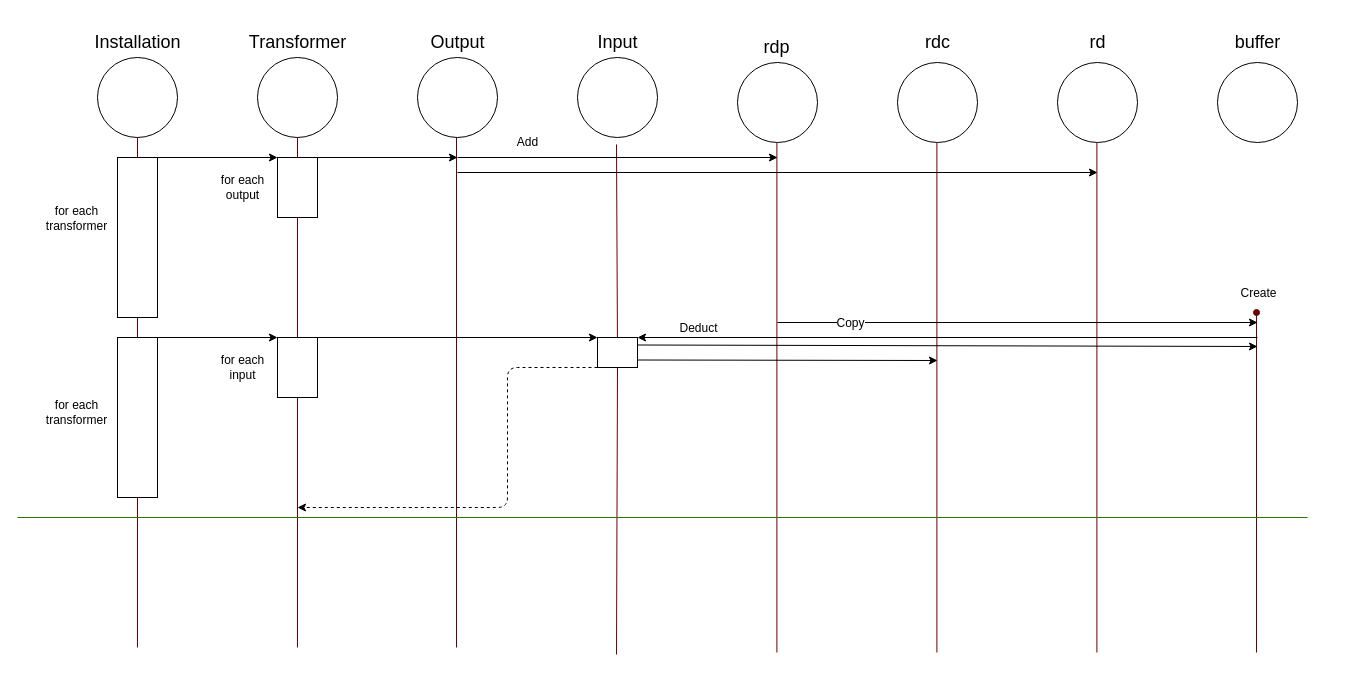
Earlier version of the draw.io diagram ecoSequence.drawio (CallumWalley/tradeTest). Source tidied: cells renumbered, new cells numbered last; positions are measured from the earlier drawing's top-left corner, leaving out a move shared by most shapes. Both pictures are drawn from the tidied source at 100%, with x=0, y=0 at pixel (17, 22).
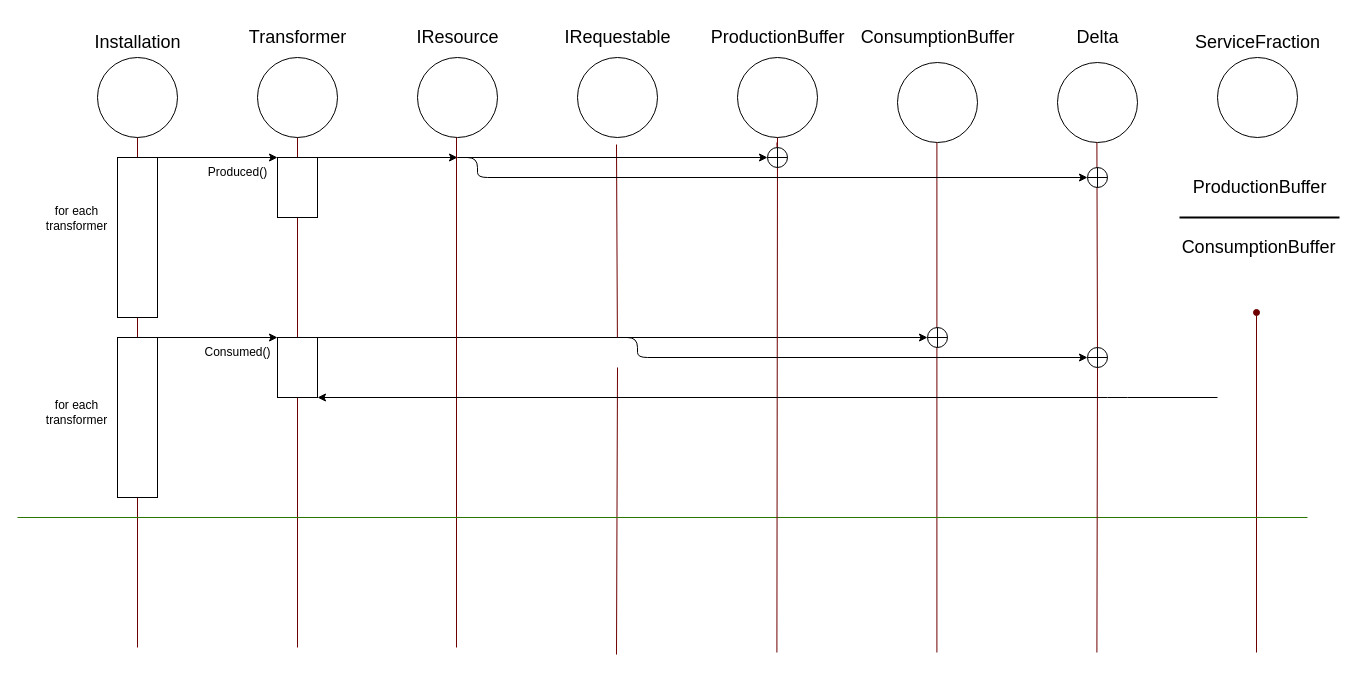
The same page after the edit.

The change refers to these unchanged cells:
```xml
<mxCell id="34" style="rounded=0;whiteSpace=wrap;html=1;fontSize=18;" parent="1" vertex="1">
  <mxGeometry x="260" y="315" width="40" height="60" as="geometry" />
</mxCell>
```

The edit, as a diff of the source:
```diff
@@
     <mxCell id="7" value="&lt;font style=&quot;font-size: 18px;&quot;&gt;Transformer&lt;/font&gt;" style="text;html=1;align=center;verticalAlign=middle;strokeColor=none;fillColor=none;" parent="1" vertex="1">
-      <mxGeometry x="220" width="120" height="40" as="geometry" />
+      <mxGeometry x="220" y="-5" width="120" height="40" as="geometry" />
     </mxCell>
@@
-    <mxCell id="9" style="edgeStyle=none;html=1;fontSize=12;" parent="1" edge="1">
-      <mxGeometry relative="1" as="geometry">
-        <mxPoint x="440" y="150" as="sourcePoint" />
-        <mxPoint x="1080" y="150" as="targetPoint" />
-      </mxGeometry>
-    </mxCell>
@@
     <mxCell id="13" style="ellipse;whiteSpace=wrap;html=1;" parent="1" vertex="1">
-      <mxGeometry x="720" y="40" width="80" height="80" as="geometry" />
+      <mxGeometry x="720" y="35" width="80" height="80" as="geometry" />
     </mxCell>
-    <mxCell id="14" value="&lt;font style=&quot;font-size: 18px;&quot;&gt;rdp&lt;/font&gt;" style="text;html=1;align=center;verticalAlign=middle;strokeColor=none;fillColor=none;" parent="1" vertex="1">
-      <mxGeometry x="734" y="5" width="50" height="40" as="geometry" />
+    <mxCell id="14" value="&lt;font style=&quot;font-size: 18px;&quot;&gt;ProductionBuffer&lt;/font&gt;" style="text;html=1;align=center;verticalAlign=middle;strokeColor=none;fillColor=none;" parent="1" vertex="1">
+      <mxGeometry x="680" y="-5" width="160" height="40" as="geometry" />
     </mxCell>
@@
-    <mxCell id="16" value="&lt;span style=&quot;font-size: 18px;&quot;&gt;rd&lt;/span&gt;" style="text;html=1;align=center;verticalAlign=middle;strokeColor=none;fillColor=none;" parent="1" vertex="1">
-      <mxGeometry x="1060" width="40" height="40" as="geometry" />
+    <mxCell id="16" value="&lt;span style=&quot;font-size: 18px;&quot;&gt;Delta&lt;/span&gt;" style="text;html=1;align=center;verticalAlign=middle;strokeColor=none;fillColor=none;" parent="1" vertex="1">
+      <mxGeometry x="1045" y="-5" width="70" height="40" as="geometry" />
     </mxCell>
-    <mxCell id="17" value="&lt;font style=&quot;font-size: 18px;&quot;&gt;rdc&lt;/font&gt;" style="text;html=1;align=center;verticalAlign=middle;strokeColor=none;fillColor=none;" parent="1" vertex="1">
-      <mxGeometry x="895" width="50" height="40" as="geometry" />
-    </mxCell>
@@
-    <mxCell id="19" style="endArrow=none;html=1;strokeWidth=1;entryX=0.5;entryY=1;entryDx=0;entryDy=0;jumpStyle=none;strokeColor=#6F0000;shadow=0;backgroundOutline=0;enumerate=0;comic=0;fillColor=#a20025;" parent="1" edge="1">
+    <mxCell id="19" style="endArrow=none;html=1;strokeWidth=1;entryX=0.5;entryY=1;entryDx=0;entryDy=0;jumpStyle=none;strokeColor=#6F0000;shadow=0;backgroundOutline=0;enumerate=0;comic=0;fillColor=#a20025;startArrow=none;" parent="1" edge="1" source="57">
       <mxGeometry relative="1" as="geometry">
-        <mxPoint x="759.4" y="630" as="sourcePoint" />
         <mxPoint x="759.4" y="120" as="targetPoint" />
       </mxGeometry>
     </mxCell>
@@
-    <mxCell id="21" style="endArrow=none;html=1;strokeWidth=1;entryX=0.5;entryY=1;entryDx=0;entryDy=0;jumpStyle=none;strokeColor=#6F0000;shadow=0;backgroundOutline=0;enumerate=0;comic=0;fillColor=#a20025;" parent="1" edge="1">
+    <mxCell id="21" style="endArrow=none;html=1;strokeWidth=1;entryX=0.5;entryY=1;entryDx=0;entryDy=0;jumpStyle=none;strokeColor=#6F0000;shadow=0;backgroundOutline=0;enumerate=0;comic=0;fillColor=#a20025;startArrow=none;" parent="1" edge="1" source="62">
       <mxGeometry relative="1" as="geometry">
-        <mxPoint x="1079.4" y="630" as="sourcePoint" />
         <mxPoint x="1079.4" y="120" as="targetPoint" />
       </mxGeometry>
     </mxCell>
-    <mxCell id="22" value="for each&lt;br style=&quot;font-size: 12px;&quot;&gt;output" style="text;html=1;align=center;verticalAlign=middle;strokeColor=none;fillColor=none;fontSize=12;" parent="1" vertex="1">
-      <mxGeometry x="190" y="145" width="70" height="40" as="geometry" />
-    </mxCell>
-    <mxCell id="23" value="Add" style="text;html=1;align=center;verticalAlign=middle;strokeColor=none;fillColor=none;fontSize=12;labelBackgroundColor=default;" parent="1" vertex="1">
-      <mxGeometry x="490" y="105" width="40" height="30" as="geometry" />
-    </mxCell>
     <mxCell id="24" style="ellipse;whiteSpace=wrap;html=1;" parent="1" vertex="1">
-      <mxGeometry x="1200" y="40" width="80" height="80" as="geometry" />
+      <mxGeometry x="1200" y="35" width="80" height="80" as="geometry" />
     </mxCell>
-    <mxCell id="25" value="&lt;span style=&quot;font-size: 18px;&quot;&gt;buffer&lt;/span&gt;" style="text;html=1;align=center;verticalAlign=middle;strokeColor=none;fillColor=none;" parent="1" vertex="1">
-      <mxGeometry x="1205" width="70" height="40" as="geometry" />
+    <mxCell id="25" value="&lt;span style=&quot;font-size: 18px;&quot;&gt;ServiceFraction&lt;/span&gt;" style="text;html=1;align=center;verticalAlign=middle;strokeColor=none;fillColor=none;" parent="1" vertex="1">
+      <mxGeometry x="1165" width="150" height="40" as="geometry" />
     </mxCell>
@@
-    <mxCell id="27" style="edgeStyle=none;html=1;fontSize=12;" parent="1" edge="1">
-      <mxGeometry relative="1" as="geometry">
-        <mxPoint x="760" y="300" as="sourcePoint" />
-        <mxPoint x="1240" y="300" as="targetPoint" />
-      </mxGeometry>
-    </mxCell>
-    <mxCell id="28" value="Copy" style="edgeLabel;html=1;align=center;verticalAlign=middle;fontSize=12;" parent="27" vertex="1">
-      <mxGeometry x="-0.7" relative="1" as="geometry" />
-    </mxCell>
-    <mxCell id="29" value="Create" style="edgeLabel;html=1;align=center;verticalAlign=middle;fontSize=12;" parent="1" vertex="1">
-      <mxGeometry x="1240" y="270" as="geometry" />
-    </mxCell>
@@
-    <mxCell id="33" style="edgeStyle=none;comic=0;sketch=0;jumpStyle=none;html=1;exitX=1;exitY=0;exitDx=0;exitDy=0;entryX=0;entryY=0;entryDx=0;entryDy=0;shadow=0;strokeColor=default;fontSize=12;startArrow=none;startFill=0;endArrow=classic;endFill=1;sourcePerimeterSpacing=6;" parent="1" edge="1" source="34" target="49">
+    <mxCell id="33" style="edgeStyle=none;comic=0;sketch=0;jumpStyle=none;html=1;exitX=1;exitY=0;exitDx=0;exitDy=0;shadow=0;strokeColor=default;fontSize=12;startArrow=none;startFill=0;endArrow=classic;endFill=1;sourcePerimeterSpacing=6;entryX=0;entryY=0.5;entryDx=0;entryDy=0;entryPerimeter=0;" parent="1" edge="1" source="34" target="60">
       <mxGeometry relative="1" as="geometry" />
     </mxCell>
@@
-    <mxCell id="36" value="for each&lt;br style=&quot;font-size: 12px;&quot;&gt;input" style="text;html=1;align=center;verticalAlign=middle;strokeColor=none;fillColor=none;fontSize=12;" parent="1" vertex="1">
-      <mxGeometry x="190" y="325" width="70" height="40" as="geometry" />
-    </mxCell>
-    <mxCell id="37" style="edgeStyle=none;html=1;fontSize=12;entryX=1;entryY=0;entryDx=0;entryDy=0;" parent="1" edge="1" target="49">
-      <mxGeometry relative="1" as="geometry">
-        <mxPoint x="1240" y="315" as="sourcePoint" />
-      </mxGeometry>
-    </mxCell>
-    <mxCell id="38" value="Deduct" style="edgeLabel;html=1;align=center;verticalAlign=middle;fontSize=12;" parent="37" vertex="1">
-      <mxGeometry x="-0.7" relative="1" as="geometry">
-        <mxPoint x="-467" y="-10" as="offset" />
-      </mxGeometry>
-    </mxCell>
@@
-    <mxCell id="41" value="&lt;font style=&quot;font-size: 18px;&quot;&gt;Input&lt;/font&gt;" style="text;html=1;align=center;verticalAlign=middle;strokeColor=none;fillColor=none;" parent="1" vertex="1">
-      <mxGeometry x="570" width="60" height="40" as="geometry" />
+    <mxCell id="41" value="&lt;span style=&quot;font-size: 18px;&quot;&gt;IRequestable&lt;/span&gt;" style="text;html=1;align=center;verticalAlign=middle;strokeColor=none;fillColor=none;" parent="1" vertex="1">
+      <mxGeometry x="535" y="-5" width="130" height="40" as="geometry" />
     </mxCell>
-    <mxCell id="42" value="&lt;font style=&quot;font-size: 18px;&quot;&gt;Output&lt;/font&gt;" style="text;html=1;align=center;verticalAlign=middle;strokeColor=none;fillColor=none;" parent="1" vertex="1">
-      <mxGeometry x="400" width="80" height="40" as="geometry" />
+    <mxCell id="42" value="&lt;font style=&quot;font-size: 18px;&quot;&gt;IResource&lt;/font&gt;" style="text;html=1;align=center;verticalAlign=middle;strokeColor=none;fillColor=none;" parent="1" vertex="1">
+      <mxGeometry x="385" y="-5" width="110" height="40" as="geometry" />
     </mxCell>
@@
-    <mxCell id="44" style="endArrow=none;html=1;strokeWidth=1;entryX=0.5;entryY=1;entryDx=0;entryDy=0;startArrow=none;fillColor=#a20025;strokeColor=#6F0000;" parent="1" edge="1" source="49">
+    <mxCell id="44" style="endArrow=none;html=1;strokeWidth=1;entryX=0.5;entryY=1;entryDx=0;entryDy=0;startArrow=none;fillColor=#a20025;strokeColor=#6F0000;" parent="1" edge="1">
       <mxGeometry relative="1" as="geometry">
+        <mxPoint x="599.9" y="315" as="sourcePoint" />
         <mxPoint x="599" y="122" as="targetPoint" />
       </mxGeometry>
     </mxCell>
-    <mxCell id="45" style="edgeStyle=none;html=1;fontSize=12;" parent="1" edge="1">
+    <mxCell id="45" style="edgeStyle=none;html=1;fontSize=12;entryX=0;entryY=0.5;entryDx=0;entryDy=0;entryPerimeter=0;" parent="1" edge="1" target="57">
       <mxGeometry relative="1" as="geometry">
         <mxPoint x="440" y="135" as="sourcePoint" />
-        <mxPoint x="760" y="135" as="targetPoint" />
       </mxGeometry>
     </mxCell>
-    <mxCell id="46" style="endArrow=none;html=1;strokeWidth=1;entryX=0.5;entryY=1;entryDx=0;entryDy=0;fillColor=#a20025;strokeColor=#6F0000;" parent="1" edge="1" target="49">
+    <mxCell id="46" style="endArrow=none;html=1;strokeWidth=1;entryX=0.5;entryY=1;entryDx=0;entryDy=0;fillColor=#a20025;strokeColor=#6F0000;" parent="1" edge="1">
       <mxGeometry relative="1" as="geometry">
         <mxPoint x="599" y="632" as="sourcePoint" />
+        <mxPoint x="600" y="345" as="targetPoint" />
       </mxGeometry>
     </mxCell>
-    <mxCell id="47" style="edgeStyle=none;comic=0;sketch=0;jumpStyle=none;html=1;shadow=0;strokeColor=default;fontSize=12;startArrow=none;startFill=0;endArrow=classic;endFill=1;sourcePerimeterSpacing=6;exitX=1;exitY=0.25;exitDx=0;exitDy=0;" parent="1" edge="1" source="49">
-      <mxGeometry relative="1" as="geometry">
-        <mxPoint x="1240" y="324" as="targetPoint" />
-      </mxGeometry>
-    </mxCell>
-    <mxCell id="48" style="edgeStyle=elbowEdgeStyle;comic=0;sketch=0;jumpStyle=none;html=1;exitX=0;exitY=1;exitDx=0;exitDy=0;shadow=0;strokeColor=default;fontSize=12;startArrow=none;startFill=0;endArrow=classic;endFill=1;sourcePerimeterSpacing=6;dashed=1;" parent="1" edge="1" source="49">
-      <mxGeometry relative="1" as="geometry">
-        <mxPoint x="280" y="485" as="targetPoint" />
-        <Array as="points">
-          <mxPoint x="490" y="475" />
-          <mxPoint x="520" y="415" />
-        </Array>
-      </mxGeometry>
-    </mxCell>
-    <mxCell id="49" style="rounded=0;whiteSpace=wrap;html=1;fontSize=18;" parent="1" vertex="1">
-      <mxGeometry x="580" y="315" width="40" height="30" as="geometry" />
-    </mxCell>
@@
-    <mxCell id="52" style="edgeStyle=none;comic=0;sketch=0;jumpStyle=none;html=1;shadow=0;strokeColor=default;fontSize=12;startArrow=none;startFill=0;endArrow=classic;endFill=1;sourcePerimeterSpacing=6;exitX=1;exitY=0.75;exitDx=0;exitDy=0;rounded=0;" parent="1" edge="1" source="49">
-      <mxGeometry relative="1" as="geometry">
-        <mxPoint x="920" y="338" as="targetPoint" />
-      </mxGeometry>
-    </mxCell>
+    <mxCell id="53" value="Produced()" style="text;html=1;align=center;verticalAlign=middle;strokeColor=none;fillColor=none;" parent="1" vertex="1">
+      <mxGeometry x="180" y="135" width="80" height="30" as="geometry" />
+    </mxCell>
+    <mxCell id="54" value="Consumed()" style="text;html=1;align=center;verticalAlign=middle;strokeColor=none;fillColor=none;" parent="1" vertex="1">
+      <mxGeometry x="175" y="315" width="90" height="30" as="geometry" />
+    </mxCell>
+    <mxCell id="55" value="&lt;font style=&quot;font-size: 18px;&quot;&gt;ConsumptionBuffer&lt;/font&gt;" style="text;html=1;align=center;verticalAlign=middle;strokeColor=none;fillColor=none;" parent="1" vertex="1">
+      <mxGeometry x="830" y="-5" width="180" height="40" as="geometry" />
+    </mxCell>
+    <mxCell id="56" style="endArrow=none;html=1;strokeWidth=1;jumpStyle=none;strokeColor=#6F0000;shadow=0;backgroundOutline=0;enumerate=0;comic=0;fillColor=#a20025;" parent="1" edge="1" target="13">
+      <mxGeometry relative="1" as="geometry">
+        <mxPoint x="759.4" y="630" as="sourcePoint" />
+      </mxGeometry>
+    </mxCell>
+    <mxCell id="57" style="verticalLabelPosition=bottom;verticalAlign=top;html=1;shape=mxgraph.flowchart.summing_function;" parent="1" vertex="1">
+      <mxGeometry x="750" y="125" width="20" height="20" as="geometry" />
+    </mxCell>
+    <mxCell id="58" style="verticalLabelPosition=bottom;verticalAlign=top;html=1;shape=mxgraph.flowchart.summing_function;" parent="1" vertex="1">
+      <mxGeometry x="1070" y="145" width="20" height="20" as="geometry" />
+    </mxCell>
+    <mxCell id="59" style="edgeStyle=orthogonalEdgeStyle;html=1;fontSize=12;entryX=0;entryY=0.5;entryDx=0;entryDy=0;entryPerimeter=0;" parent="1" edge="1" target="58">
+      <mxGeometry relative="1" as="geometry">
+        <mxPoint x="440" y="135" as="sourcePoint" />
+        <Array as="points">
+          <mxPoint x="460" y="135" />
+          <mxPoint x="460" y="155" />
+        </Array>
+      </mxGeometry>
+    </mxCell>
+    <mxCell id="60" style="verticalLabelPosition=bottom;verticalAlign=top;html=1;shape=mxgraph.flowchart.summing_function;" parent="1" vertex="1">
+      <mxGeometry x="910" y="305" width="20" height="20" as="geometry" />
+    </mxCell>
+    <mxCell id="61" style="endArrow=none;html=1;strokeWidth=1;entryX=0.5;entryY=1;entryDx=0;entryDy=0;jumpStyle=none;strokeColor=#6F0000;shadow=0;backgroundOutline=0;enumerate=0;comic=0;fillColor=#a20025;" parent="1" edge="1" target="62">
+      <mxGeometry relative="1" as="geometry">
+        <mxPoint x="1079.4" y="630" as="sourcePoint" />
+      </mxGeometry>
+    </mxCell>
+    <mxCell id="62" style="verticalLabelPosition=bottom;verticalAlign=top;html=1;shape=mxgraph.flowchart.summing_function;" parent="1" vertex="1">
+      <mxGeometry x="1070" y="325" width="20" height="20" as="geometry" />
+    </mxCell>
+    <mxCell id="63" style="edgeStyle=orthogonalEdgeStyle;html=1;fontSize=12;entryX=0;entryY=0.5;entryDx=0;entryDy=0;entryPerimeter=0;" parent="1" edge="1">
+      <mxGeometry relative="1" as="geometry">
+        <mxPoint x="600" y="315" as="sourcePoint" />
+        <mxPoint x="1070" y="335" as="targetPoint" />
+        <Array as="points">
+          <mxPoint x="620" y="315" />
+          <mxPoint x="620" y="335" />
+        </Array>
+      </mxGeometry>
+    </mxCell>
+    <mxCell id="64" value="&lt;font style=&quot;font-size: 18px;&quot;&gt;ProductionBuffer&lt;/font&gt;" style="text;html=1;align=center;verticalAlign=middle;strokeColor=none;fillColor=none;" parent="1" vertex="1">
+      <mxGeometry x="1162" y="145" width="160" height="40" as="geometry" />
+    </mxCell>
+    <mxCell id="65" value="&lt;font style=&quot;font-size: 18px;&quot;&gt;ConsumptionBuffer&lt;/font&gt;" style="text;html=1;align=center;verticalAlign=middle;strokeColor=none;fillColor=none;" parent="1" vertex="1">
+      <mxGeometry x="1151" y="205" width="180" height="40" as="geometry" />
+    </mxCell>
+    <mxCell id="66" style="line;strokeWidth=2;html=1;" parent="1" vertex="1">
+      <mxGeometry x="1162" y="190" width="160" height="10" as="geometry" />
+    </mxCell>
+    <mxCell id="67" style="edgeStyle=orthogonalEdgeStyle;html=1;fontSize=12;entryX=1;entryY=1;entryDx=0;entryDy=0;" parent="1" edge="1" target="34">
+      <mxGeometry relative="1" as="geometry">
+        <mxPoint x="1200" y="375" as="sourcePoint" />
+        <Array as="points">
+          <mxPoint x="1100" y="375" />
+        </Array>
+      </mxGeometry>
+    </mxCell>
```
